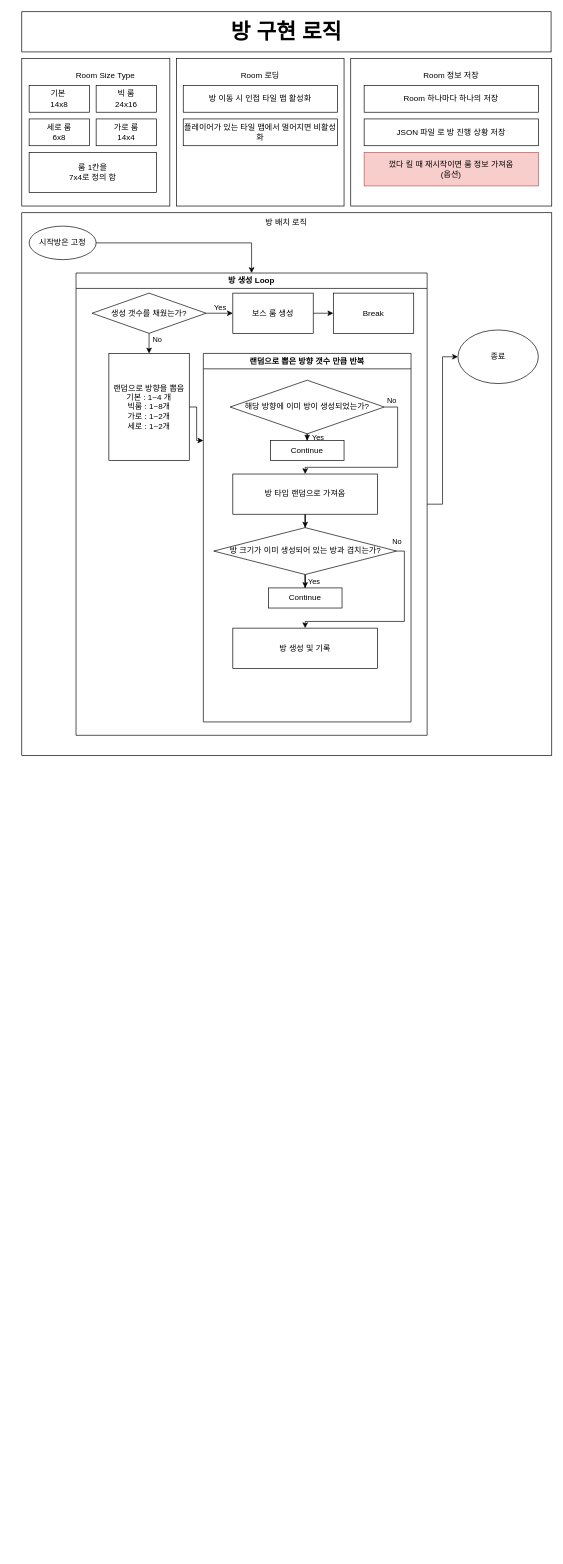
This is 방 구현 로직.drawio from lattechicken999/IsaacCopy, a draw.io file, before an edit. Source tidied: cells renumbered, new cells numbered last; positions are measured from the earlier drawing's top-left corner, leaving out a move shared by most shapes. Both pictures are drawn from the tidied source at 67%, with x=0, y=0 at pixel (21, 11).
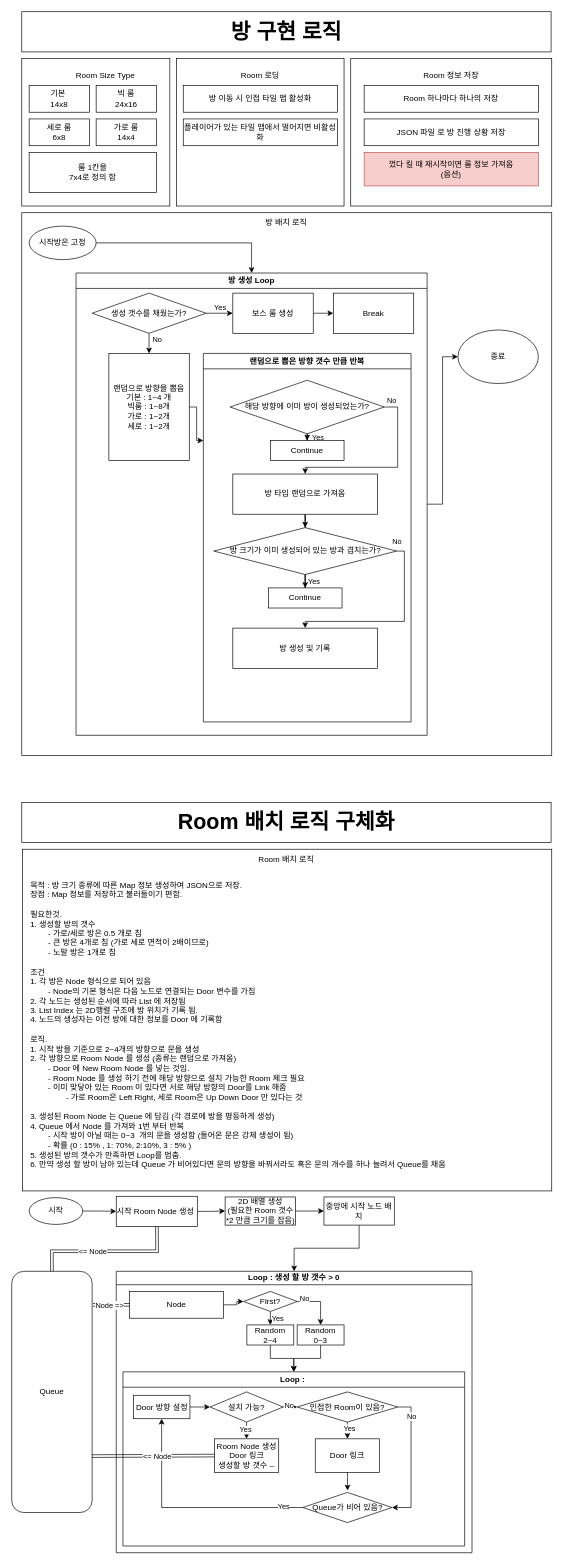
Above is the later version.

Commit message:
[Design] 방 구현 로직 구체화 문서

The edit, as a diff of the source:
```diff
@@
+    <mxCell id="52" value="&lt;span style=&quot;font-size: 32px;&quot;&gt;&lt;b&gt;Room 배치 로직 구체화&lt;/b&gt;&lt;/span&gt;" style="rounded=0;whiteSpace=wrap;html=1;" parent="1" vertex="1">
+      <mxGeometry y="1180" width="790" height="60" as="geometry" />
+    </mxCell>
+    <mxCell id="53" style="rounded=0;whiteSpace=wrap;html=1;" parent="1" vertex="1">
+      <mxGeometry x="1" y="1250" width="790" height="510" as="geometry" />
+    </mxCell>
+    <mxCell id="54" value="Room 배치 로직" style="text;html=1;whiteSpace=wrap;strokeColor=none;fillColor=none;align=center;verticalAlign=middle;rounded=0;" parent="1" vertex="1">
+      <mxGeometry x="300" y="1250" width="190" height="30" as="geometry" />
+    </mxCell>
+    <mxCell id="55" value="목적 : 방 크기 종류에 따른 Map 정보 생성하여 JSON으로 저장.&lt;div&gt;장점 : Map 정보를 저장하고 불러들이기 편함.&lt;/div&gt;&lt;div&gt;&lt;br&gt;&lt;/div&gt;&lt;div&gt;필요한것.&lt;/div&gt;&lt;div&gt;1. 생성할 방의 갯수&lt;/div&gt;&lt;div&gt;&lt;span style=&quot;white-space: pre;&quot;&gt;&#9;&lt;/span&gt;- 가로/세로 방은 0.5 개로 침&lt;br&gt;&lt;/div&gt;&lt;div&gt;&lt;span style=&quot;white-space: pre;&quot;&gt;&#9;&lt;/span&gt;- 큰 방은 4개로 침 (가로 세로 면적이 2배이므로)&lt;br&gt;&lt;/div&gt;&lt;div&gt;&lt;span style=&quot;white-space: pre;&quot;&gt;&#9;&lt;/span&gt;- 노말 방은 1개로 침&lt;br&gt;&lt;/div&gt;&lt;div&gt;&lt;br&gt;&lt;/div&gt;&lt;div&gt;조건&lt;/div&gt;&lt;div&gt;1. 각 방은 Node 형식으로 되어 있음&lt;/div&gt;&lt;div&gt;&lt;span style=&quot;white-space: pre;&quot;&gt;&#9;&lt;/span&gt;- Node의 기본 형식은 다음 노드로 연결되는 Door 변수를 가짐&lt;br&gt;&lt;/div&gt;&lt;div&gt;2. 각 노드는 생성된 순서에 따라 List 에 저장됨&lt;/div&gt;&lt;div&gt;3. List Index 는 2D행렬 구조에 방 위치가 기록 됨.&lt;/div&gt;&lt;div&gt;4. 노드의 생성자는 이전 방에 대한 정보를 Door 에 기록함&lt;/div&gt;&lt;div&gt;&lt;br&gt;&lt;/div&gt;&lt;div&gt;로직.&lt;/div&gt;&lt;div&gt;1. 시작 방을 기준으로 2~4개의 방향으로 문을 생성&lt;/div&gt;&lt;div&gt;2. 각 방향으로 Room Node 를 생성 (종류는 랜덤으로 가져옴)&lt;/div&gt;&lt;div&gt;&lt;span style=&quot;white-space: pre;&quot;&gt;&#9;&lt;/span&gt;- Door 에 New Room Node 를 넣는 것임.&lt;br&gt;&lt;/div&gt;&lt;div&gt;&lt;span style=&quot;white-space: pre;&quot;&gt;&#9;&lt;/span&gt;- Room Node 를 생성 하기 전에 해당 방향으로 설치 가능한 Room 체크 필요&lt;br&gt;&lt;/div&gt;&lt;div&gt;&lt;span style=&quot;white-space: pre;&quot;&gt;&#9;&lt;/span&gt;- 이미 맞닿아 있는 Room 이 있다면 서로 해당 방향의 Door를 Link 해줌&lt;br&gt;&lt;/div&gt;&lt;div&gt;&lt;span style=&quot;white-space: pre;&quot;&gt;&#9;&lt;span style=&quot;white-space: pre;&quot;&gt;&#9;&lt;/span&gt;&lt;/span&gt;- 가로 Room은 Left Right, 세로 Room은 Up Down Door 만 있다는 것&lt;br&gt;&lt;/div&gt;&lt;div&gt;&lt;br&gt;&lt;/div&gt;&lt;div&gt;3. 생성된 Room Node 는 Queue 에 담김 (각 경로에 방을 평등하게 생성)&lt;/div&gt;&lt;div&gt;4. Queue 에서 Node 를 가져와 1번 부터 반복&lt;/div&gt;&lt;div&gt;&lt;span style=&quot;white-space: pre;&quot;&gt;&#9;&lt;/span&gt;- 시작 방이 아닐 때는 0~3&amp;nbsp; 개의 문을 생성함 (들어온 문은 강제 생성이 됨)&lt;br&gt;&lt;/div&gt;&lt;div&gt;&lt;span style=&quot;white-space: pre;&quot;&gt;&#9;&lt;/span&gt;- 확률 (0 : 15% , 1: 70%, 2:10%, 3 : 5% )&lt;br&gt;&lt;/div&gt;&lt;div&gt;5. 생성된 방의 갯수가 만족하면 Loop를 멈춤.&lt;/div&gt;&lt;div&gt;6. 만약 생성 할 방이 남아 있는데 Queue 가 비어있다면 문의 방향을 바꿔서라도 혹은 문의 개수를 하나 늘려서 Queue를 채움&lt;/div&gt;&lt;div&gt;&lt;br&gt;&lt;/div&gt;&lt;div&gt;&lt;br&gt;&lt;/div&gt;&lt;div&gt;&lt;br&gt;&lt;/div&gt;" style="text;html=1;whiteSpace=wrap;strokeColor=none;fillColor=none;align=left;verticalAlign=top;rounded=0;" parent="1" vertex="1">
+      <mxGeometry x="11" y="1290" width="770" height="470" as="geometry" />
+    </mxCell>
+    <mxCell id="56" style="edgeStyle=orthogonalEdgeStyle;rounded=0;jettySize=auto;html=1;exitX=1;exitY=0.5;exitDx=0;exitDy=0;entryX=0;entryY=0.5;entryDx=0;entryDy=0;" parent="1" edge="1" source="57" target="90">
+      <mxGeometry relative="1" as="geometry" />
+    </mxCell>
+    <mxCell id="57" value="시작" style="ellipse;whiteSpace=wrap;html=1;" parent="1" vertex="1">
+      <mxGeometry x="11" y="1770" width="80" height="40" as="geometry" />
+    </mxCell>
+    <mxCell id="58" value="Loop : 생성 할 방 갯수 &amp;gt; 0" style="swimlane;whiteSpace=wrap;html=1;startSize=20;" parent="1" vertex="1">
+      <mxGeometry x="141" y="1880" width="531" height="420" as="geometry" />
+    </mxCell>
+    <mxCell id="59" style="edgeStyle=orthogonalEdgeStyle;rounded=0;jettySize=auto;html=1;exitX=0.5;exitY=1;exitDx=0;exitDy=0;entryX=0.5;entryY=0;entryDx=0;entryDy=0;" parent="58" edge="1" source="63" target="65">
+      <mxGeometry relative="1" as="geometry" />
+    </mxCell>
+    <mxCell id="60" value="Yes" style="edgeLabel;html=1;align=center;verticalAlign=middle;" parent="59" vertex="1">
+      <mxGeometry x="-0.5" relative="1" as="geometry">
+        <mxPoint x="10" y="5" as="offset" />
+      </mxGeometry>
+    </mxCell>
+    <mxCell id="61" style="edgeStyle=orthogonalEdgeStyle;rounded=0;jettySize=auto;html=1;exitX=1;exitY=0.5;exitDx=0;exitDy=0;entryX=0.5;entryY=0;entryDx=0;entryDy=0;" parent="58" edge="1" source="63" target="67">
+      <mxGeometry relative="1" as="geometry" />
+    </mxCell>
+    <mxCell id="62" value="No" style="edgeLabel;html=1;align=center;verticalAlign=middle;" parent="61" vertex="1">
+      <mxGeometry x="-0.55" y="1" relative="1" as="geometry">
+        <mxPoint x="-6" y="-4" as="offset" />
+      </mxGeometry>
+    </mxCell>
+    <mxCell id="63" value="FIrst?" style="rhombus;whiteSpace=wrap;html=1;" parent="58" vertex="1">
+      <mxGeometry x="190" y="30" width="80" height="30" as="geometry" />
+    </mxCell>
+    <mxCell id="64" style="edgeStyle=orthogonalEdgeStyle;rounded=0;jettySize=auto;html=1;exitX=0.5;exitY=1;exitDx=0;exitDy=0;" parent="58" edge="1" source="65" target="68">
+      <mxGeometry relative="1" as="geometry" />
+    </mxCell>
+    <mxCell id="65" value="Random 2~4" style="rounded=0;whiteSpace=wrap;html=1;" parent="58" vertex="1">
+      <mxGeometry x="195" y="80" width="70" height="30" as="geometry" />
+    </mxCell>
+    <mxCell id="66" style="edgeStyle=orthogonalEdgeStyle;rounded=0;jettySize=auto;html=1;exitX=0.5;exitY=1;exitDx=0;exitDy=0;" parent="58" edge="1" source="67" target="68">
+      <mxGeometry relative="1" as="geometry" />
+    </mxCell>
+    <mxCell id="67" value="Random 0~3" style="rounded=0;whiteSpace=wrap;html=1;" parent="58" vertex="1">
+      <mxGeometry x="270" y="80" width="70" height="30" as="geometry" />
+    </mxCell>
+    <mxCell id="68" value="Loop :&amp;nbsp;" style="swimlane;whiteSpace=wrap;html=1;" parent="58" vertex="1">
+      <mxGeometry x="10" y="150" width="510" height="260" as="geometry" />
+    </mxCell>
+    <mxCell id="69" style="edgeStyle=orthogonalEdgeStyle;rounded=0;jettySize=auto;html=1;exitX=1;exitY=0.5;exitDx=0;exitDy=0;entryX=0;entryY=0.5;entryDx=0;entryDy=0;" parent="68" edge="1" source="70" target="75">
+      <mxGeometry relative="1" as="geometry" />
+    </mxCell>
+    <mxCell id="70" value="Door 방향 설정" style="rounded=0;whiteSpace=wrap;html=1;" parent="68" vertex="1">
+      <mxGeometry x="15.5" y="35" width="84.5" height="35" as="geometry" />
+    </mxCell>
+    <mxCell id="71" style="edgeStyle=orthogonalEdgeStyle;rounded=0;jettySize=auto;html=1;exitX=0.5;exitY=1;exitDx=0;exitDy=0;" parent="68" edge="1" source="75" target="76">
+      <mxGeometry relative="1" as="geometry" />
+    </mxCell>
+    <mxCell id="72" value="Yes" style="edgeLabel;html=1;align=center;verticalAlign=middle;" parent="71" vertex="1">
+      <mxGeometry x="-0.61" y="-2" relative="1" as="geometry" />
+    </mxCell>
+    <mxCell id="73" style="edgeStyle=orthogonalEdgeStyle;rounded=0;jettySize=auto;html=1;exitX=1;exitY=0.5;exitDx=0;exitDy=0;entryX=0;entryY=0.5;entryDx=0;entryDy=0;" parent="68" edge="1" source="75" target="79">
+      <mxGeometry relative="1" as="geometry" />
+    </mxCell>
+    <mxCell id="74" value="No" style="edgeLabel;html=1;align=center;verticalAlign=middle;" parent="73" vertex="1">
+      <mxGeometry x="-0.24" y="2" relative="1" as="geometry" />
+    </mxCell>
+    <mxCell id="75" value="설치 가능?" style="rhombus;whiteSpace=wrap;html=1;" parent="68" vertex="1">
+      <mxGeometry x="130" y="30" width="109" height="45" as="geometry" />
+    </mxCell>
+    <mxCell id="76" value="Room Node 생성&lt;br&gt;Door 링크&lt;div&gt;생성할 방 갯수 --&lt;/div&gt;" style="rounded=0;whiteSpace=wrap;html=1;" parent="68" vertex="1">
+      <mxGeometry x="136.5" y="100" width="96" height="50" as="geometry" />
+    </mxCell>
+    <mxCell id="77" style="edgeStyle=orthogonalEdgeStyle;rounded=0;jettySize=auto;html=1;exitX=0.5;exitY=1;exitDx=0;exitDy=0;entryX=0.5;entryY=0;entryDx=0;entryDy=0;" parent="68" edge="1" source="79" target="80">
+      <mxGeometry relative="1" as="geometry" />
+    </mxCell>
+    <mxCell id="78" value="Yes" style="edgeLabel;html=1;align=center;verticalAlign=middle;" parent="77" vertex="1">
+      <mxGeometry x="-0.28" y="2" relative="1" as="geometry" />
+    </mxCell>
+    <mxCell id="79" value="인접한 Room이 있음?" style="rhombus;whiteSpace=wrap;html=1;" parent="68" vertex="1">
+      <mxGeometry x="260" y="30" width="150" height="45" as="geometry" />
+    </mxCell>
+    <mxCell id="80" value="Door 링크" style="rounded=0;whiteSpace=wrap;html=1;" parent="68" vertex="1">
+      <mxGeometry x="287" y="100" width="96" height="50" as="geometry" />
+    </mxCell>
+    <mxCell id="81" style="edgeStyle=orthogonalEdgeStyle;rounded=0;jettySize=auto;html=1;exitX=0;exitY=0.5;exitDx=0;exitDy=0;entryX=0.5;entryY=1;entryDx=0;entryDy=0;" parent="68" edge="1" source="83" target="70">
+      <mxGeometry relative="1" as="geometry" />
+    </mxCell>
+    <mxCell id="82" value="Yes" style="edgeLabel;html=1;align=center;verticalAlign=middle;" parent="81" vertex="1">
+      <mxGeometry x="-0.83" y="-2" relative="1" as="geometry" />
+    </mxCell>
+    <mxCell id="83" value="Queue가 비어 있음?" style="rhombus;whiteSpace=wrap;html=1;" parent="68" vertex="1">
+      <mxGeometry x="268.5" y="180" width="133" height="45" as="geometry" />
+    </mxCell>
+    <mxCell id="84" style="edgeStyle=orthogonalEdgeStyle;rounded=0;jettySize=auto;html=1;exitX=0.5;exitY=1;exitDx=0;exitDy=0;entryX=0.502;entryY=-0.062;entryDx=0;entryDy=0;entryPerimeter=0;" parent="68" edge="1" source="80" target="83">
+      <mxGeometry relative="1" as="geometry" />
+    </mxCell>
+    <mxCell id="85" style="edgeStyle=orthogonalEdgeStyle;rounded=0;jettySize=auto;html=1;exitX=1;exitY=0.5;exitDx=0;exitDy=0;entryX=1;entryY=0.5;entryDx=0;entryDy=0;" parent="68" edge="1" source="79" target="83">
+      <mxGeometry relative="1" as="geometry" />
+    </mxCell>
+    <mxCell id="86" value="No" style="edgeLabel;html=1;align=center;verticalAlign=middle;" parent="85" vertex="1">
+      <mxGeometry x="-0.66" relative="1" as="geometry" />
+    </mxCell>
+    <mxCell id="87" value="Node" style="rounded=0;whiteSpace=wrap;html=1;" parent="58" vertex="1">
+      <mxGeometry x="20" y="30" width="140" height="40" as="geometry" />
+    </mxCell>
+    <mxCell id="88" style="edgeStyle=orthogonalEdgeStyle;rounded=0;jettySize=auto;html=1;exitX=1;exitY=0.5;exitDx=0;exitDy=0;" parent="58" edge="1" source="87" target="63">
+      <mxGeometry relative="1" as="geometry" />
+    </mxCell>
+    <mxCell id="89" style="edgeStyle=orthogonalEdgeStyle;rounded=0;jettySize=auto;html=1;exitX=1;exitY=0.5;exitDx=0;exitDy=0;entryX=0;entryY=0.5;entryDx=0;entryDy=0;" parent="1" edge="1" source="90" target="92">
+      <mxGeometry relative="1" as="geometry" />
+    </mxCell>
+    <mxCell id="90" value="시작 Room Node 생성&amp;nbsp;" style="rounded=0;whiteSpace=wrap;html=1;" parent="1" vertex="1">
+      <mxGeometry x="141" y="1768" width="121" height="45" as="geometry" />
+    </mxCell>
+    <mxCell id="91" style="edgeStyle=orthogonalEdgeStyle;rounded=0;jettySize=auto;html=1;entryX=0;entryY=0.5;entryDx=0;entryDy=0;" parent="1" edge="1" source="92" target="94">
+      <mxGeometry relative="1" as="geometry" />
+    </mxCell>
+    <mxCell id="92" value="2D 배열 생성&lt;br&gt;(필요한 Room 갯수 *2 만큼 크기를 잡음)" style="rounded=0;whiteSpace=wrap;html=1;" parent="1" vertex="1">
+      <mxGeometry x="303.5" y="1769" width="105" height="42" as="geometry" />
+    </mxCell>
+    <mxCell id="93" style="edgeStyle=orthogonalEdgeStyle;rounded=0;jettySize=auto;html=1;exitX=0.5;exitY=1;exitDx=0;exitDy=0;" parent="1" edge="1" source="94" target="58">
+      <mxGeometry relative="1" as="geometry" />
+    </mxCell>
+    <mxCell id="94" value="중앙에 시작 노드 배치" style="rounded=0;whiteSpace=wrap;html=1;" parent="1" vertex="1">
+      <mxGeometry x="451" y="1769" width="105" height="42" as="geometry" />
+    </mxCell>
+    <mxCell id="95" value="Queue" style="rounded=1;whiteSpace=wrap;html=1;" parent="1" vertex="1">
+      <mxGeometry x="-15" y="1880" width="120" height="360" as="geometry" />
+    </mxCell>
+    <mxCell id="96" style="shape=link;html=1;rounded=0;exitX=0.5;exitY=0;exitDx=0;exitDy=0;" parent="1" edge="1" source="95" target="90">
+      <mxGeometry relative="1" as="geometry">
+        <Array as="points">
+          <mxPoint x="45" y="1850" />
+          <mxPoint x="202" y="1850" />
+        </Array>
+      </mxGeometry>
+    </mxCell>
+    <mxCell id="97" value="&amp;lt;= Node" style="edgeLabel;html=1;align=center;verticalAlign=middle;" parent="96" vertex="1">
+      <mxGeometry x="-0.29" y="1" relative="1" as="geometry">
+        <mxPoint x="10" y="1" as="offset" />
+      </mxGeometry>
+    </mxCell>
+    <mxCell id="98" style="shape=link;html=1;rounded=0;" parent="1" edge="1">
+      <mxGeometry relative="1" as="geometry">
+        <mxPoint x="106" y="1930" as="sourcePoint" />
+        <mxPoint x="161" y="1930" as="targetPoint" />
+      </mxGeometry>
+    </mxCell>
+    <mxCell id="99" value="Node =&amp;gt;" style="edgeLabel;html=1;align=center;verticalAlign=middle;" parent="98" vertex="1">
+      <mxGeometry x="0.04" y="-1" relative="1" as="geometry">
+        <mxPoint x="-5" y="-1" as="offset" />
+      </mxGeometry>
+    </mxCell>
+    <mxCell id="100" style="shape=link;html=1;rounded=0;entryX=0;entryY=0.5;entryDx=0;entryDy=0;exitX=0.999;exitY=0.766;exitDx=0;exitDy=0;exitPerimeter=0;" parent="1" edge="1" source="95" target="76">
+      <mxGeometry relative="1" as="geometry" />
+    </mxCell>
+    <mxCell id="101" value="&amp;lt;= Node" style="edgeLabel;html=1;align=center;verticalAlign=middle;" parent="100" vertex="1">
+      <mxGeometry x="0.06" relative="1" as="geometry" />
+    </mxCell>
```
